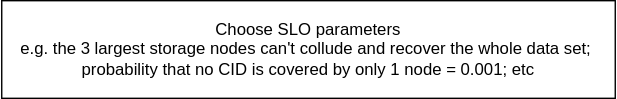
Earlier version of the draw.io export assets/flow_chart.drawio.svg (zcahkwn/occ). Source tidied: cells renumbered, new cells last; positions are measured from the earlier drawing's top-left corner, leaving out a move shared by most shapes.
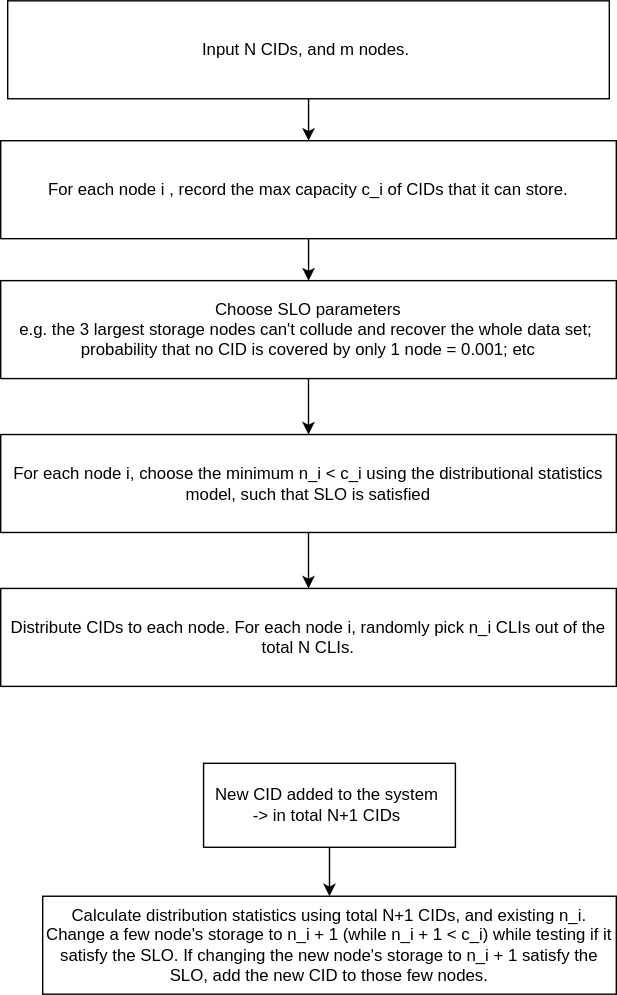
After the change.

Change to the diagram source:
```diff
@@ -2,8 +2,43 @@
   <root>
     <mxCell id="0" />
     <mxCell id="1" parent="0" />
+    <mxCell id="3" style="edgeStyle=orthogonalEdgeStyle;rounded=0;jettySize=auto;html=1;" parent="1" edge="1" source="2">
+      <mxGeometry relative="1" as="geometry">
+        <mxPoint x="220" y="110" as="targetPoint" />
+      </mxGeometry>
+    </mxCell>
     <mxCell id="2" value="Choose SLO parameters&lt;div&gt;e.g. the 3 largest storage nodes can't collude and recover the whole data set;&amp;nbsp;&lt;/div&gt;&lt;div&gt;probability that no CID is covered by only 1 node = 0.001; etc&lt;/div&gt;" style="rounded=0;whiteSpace=wrap;html=1;" parent="1" vertex="1">
       <mxGeometry width="440" height="70" as="geometry" />
     </mxCell>
+    <mxCell id="4" style="edgeStyle=orthogonalEdgeStyle;rounded=0;jettySize=auto;html=1;" parent="1" edge="1" source="5" target="7">
+      <mxGeometry relative="1" as="geometry" />
+    </mxCell>
+    <mxCell id="5" value="Input N CIDs, and m nodes.&amp;nbsp;" style="rounded=0;whiteSpace=wrap;html=1;" parent="1" vertex="1">
+      <mxGeometry x="5" y="-200" width="430" height="70" as="geometry" />
+    </mxCell>
+    <mxCell id="6" style="edgeStyle=orthogonalEdgeStyle;rounded=0;jettySize=auto;html=1;" parent="1" edge="1" source="7" target="2">
+      <mxGeometry relative="1" as="geometry" />
+    </mxCell>
+    <mxCell id="7" value="For each node i , record the max capacity c_i of CIDs that it can store." style="rounded=0;whiteSpace=wrap;html=1;" parent="1" vertex="1">
+      <mxGeometry y="-100" width="440" height="70" as="geometry" />
+    </mxCell>
+    <mxCell id="8" style="edgeStyle=orthogonalEdgeStyle;rounded=0;jettySize=auto;html=1;" parent="1" edge="1" source="9" target="10">
+      <mxGeometry relative="1" as="geometry" />
+    </mxCell>
+    <mxCell id="9" value="For each node i, choose the minimum n_i &amp;lt; c_i using the distributional statistics model, such that SLO is satisfied" style="rounded=0;whiteSpace=wrap;html=1;" parent="1" vertex="1">
+      <mxGeometry y="110" width="440" height="70" as="geometry" />
+    </mxCell>
+    <mxCell id="10" value="Distribute CIDs to each node. For each node i, randomly pick n_i CLIs out of the total N CLIs." style="rounded=0;whiteSpace=wrap;html=1;" parent="1" vertex="1">
+      <mxGeometry y="220" width="440" height="70" as="geometry" />
+    </mxCell>
+    <mxCell id="11" value="&lt;div&gt;Calculate distribution statistics using total N+1 CIDs, and existing n_i.&lt;/div&gt;&lt;div&gt;Change a few node's storage to n_i + 1 (while n_i + 1 &amp;lt; c_i) while testing if it satisfy the SLO. If changing the new node's storage to n_i + 1 satisfy the SLO, add the new CID to those few nodes.&lt;/div&gt;" style="rounded=0;whiteSpace=wrap;html=1;" parent="1" vertex="1">
+      <mxGeometry x="30" y="440" width="410" height="70" as="geometry" />
+    </mxCell>
+    <mxCell id="12" style="edgeStyle=orthogonalEdgeStyle;rounded=0;jettySize=auto;html=1;" parent="1" edge="1" source="13" target="11">
+      <mxGeometry relative="1" as="geometry" />
+    </mxCell>
+    <mxCell id="13" value="New CID added to the system&amp;nbsp;&lt;div&gt;-&amp;gt; in total N+1 CIDs&amp;nbsp;&lt;/div&gt;" style="rounded=0;whiteSpace=wrap;html=1;" parent="1" vertex="1">
+      <mxGeometry x="145" y="345" width="180" height="60" as="geometry" />
+    </mxCell>
   </root>
 </mxGraphModel>
```
